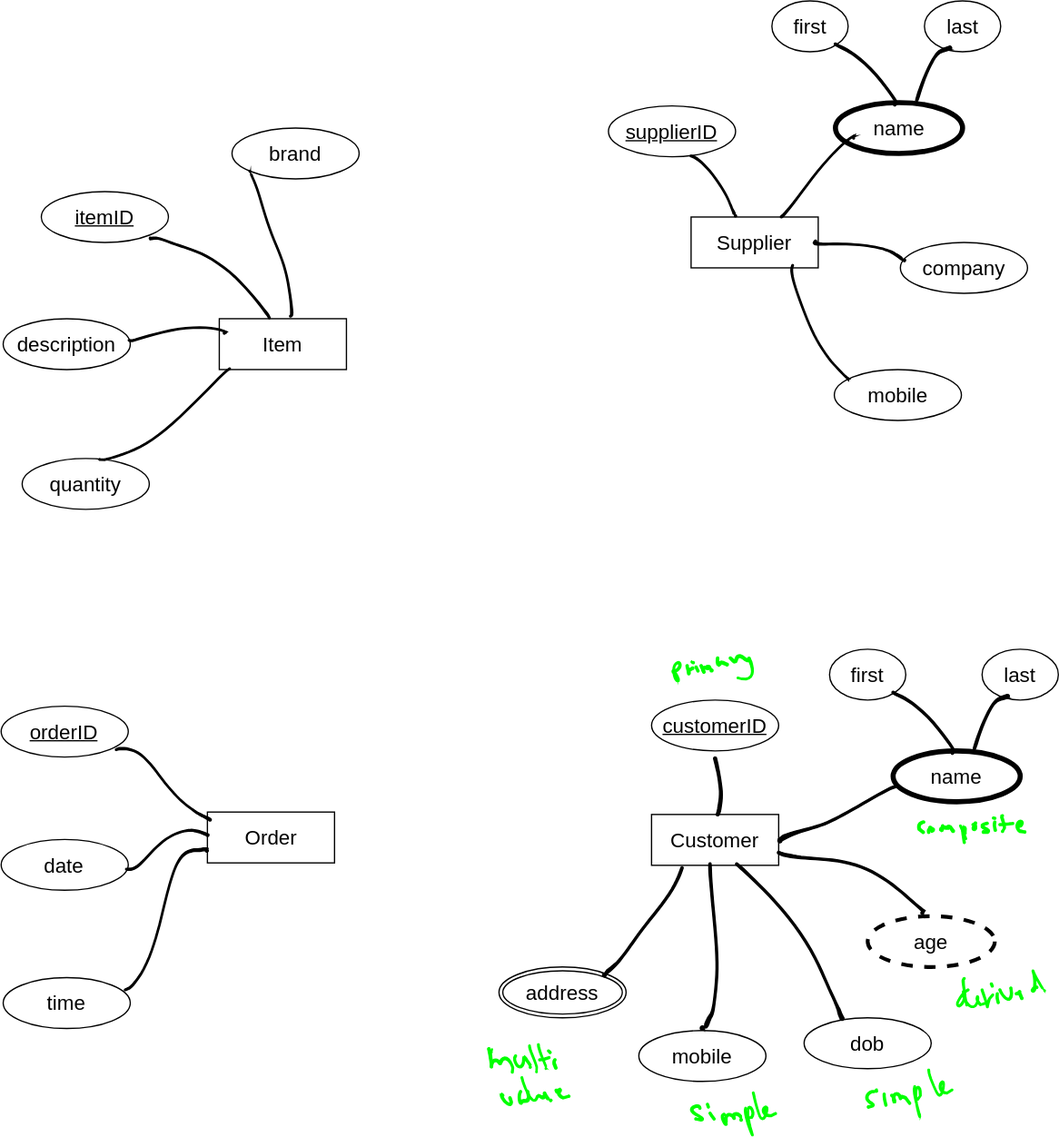
This is ERD Example.drawio.svg from usupun/Database_Managment_System-tutoril-, a draw.io export, as it was before one commit. Source tidied: cells renumbered, new cells last; positions are measured from the earlier drawing's top-left corner, leaving out a move shared by most shapes.
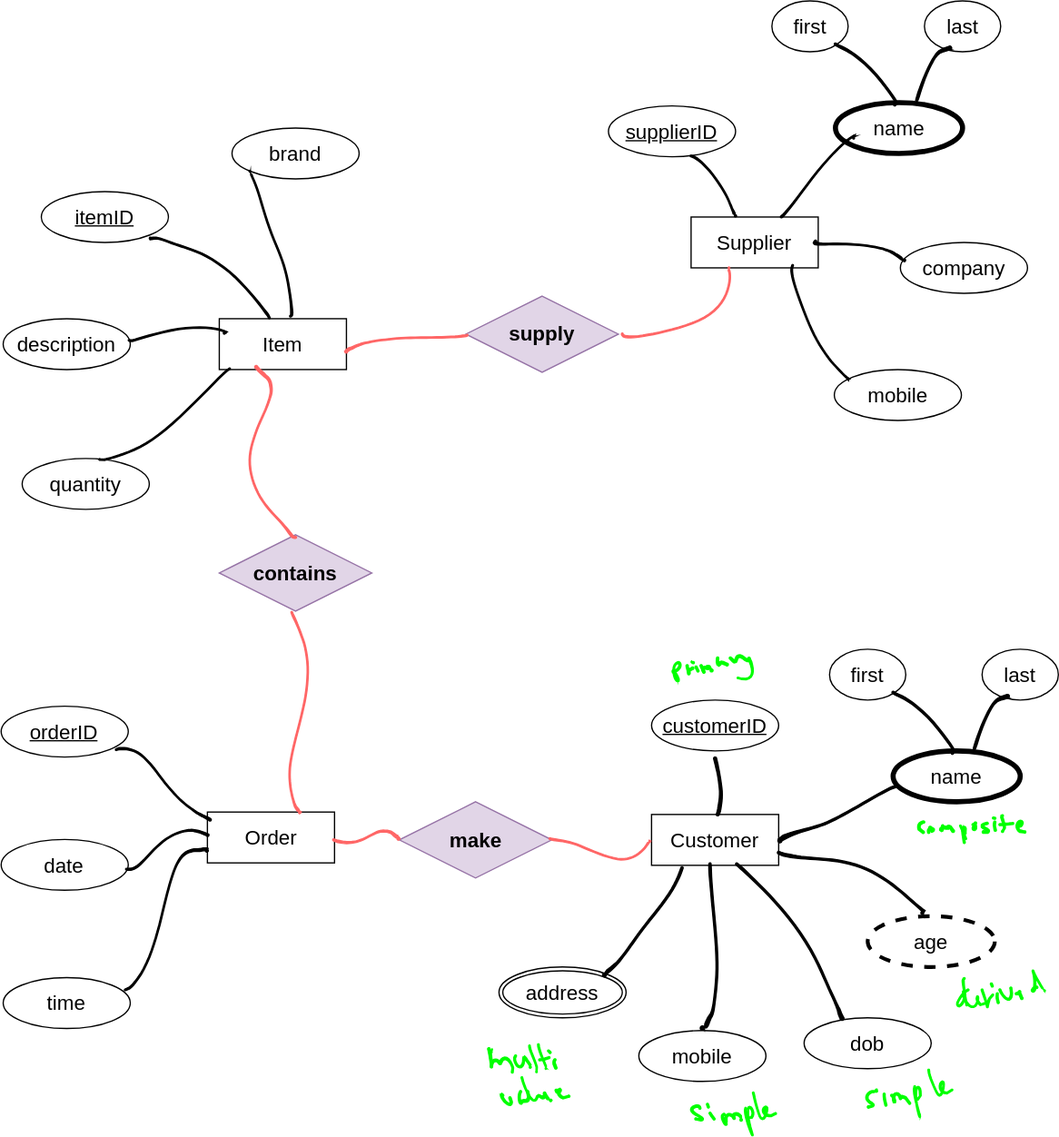
Later version of the same file.

The edit, as a diff of the source:
```diff
@@ -293,5 +293,32 @@
     <mxCell id="98" style="shape=(stored shape, 1420 characters);lineShape=1;strokeColor=#000000;fontSize=16;" parent="1" vertex="1">
       <mxGeometry x="90.3" y="587.3" width="75.4" height="57.9" as="geometry" />
     </mxCell>
+    <mxCell id="99" value="&lt;b&gt;make&lt;/b&gt;" style="shape=rhombus;perimeter=rhombusPerimeter;whiteSpace=wrap;html=1;align=center;fontSize=16;fillColor=#e1d5e7;strokeColor=#9673a6;" parent="1" vertex="1">
+      <mxGeometry x="313.6" y="630" width="120" height="60" as="geometry" />
+    </mxCell>
+    <mxCell id="100" value="&lt;b&gt;contains&lt;/b&gt;" style="shape=rhombus;perimeter=rhombusPerimeter;whiteSpace=wrap;html=1;align=center;fontSize=16;fillColor=#e1d5e7;strokeColor=#9673a6;" parent="1" vertex="1">
+      <mxGeometry x="172" y="420" width="120" height="60" as="geometry" />
+    </mxCell>
+    <mxCell id="101" value="&lt;b&gt;supply&lt;/b&gt;" style="shape=rhombus;perimeter=rhombusPerimeter;whiteSpace=wrap;html=1;align=center;fontSize=16;fillColor=#e1d5e7;strokeColor=#9673a6;" parent="1" vertex="1">
+      <mxGeometry x="365.9" y="232.2" width="120" height="60" as="geometry" />
+    </mxCell>
+    <mxCell id="102" style="shape=(stored shape, 1200 characters);lineShape=1;strokeColor=#FF6666;fontSize=16;" parent="1" vertex="1">
+      <mxGeometry x="488.3" y="209.4" width="85.8" height="55.7" as="geometry" />
+    </mxCell>
+    <mxCell id="103" style="shape=(stored shape, 1436 characters);lineShape=1;strokeColor=#FF6666;fontSize=16;" parent="1" vertex="1">
+      <mxGeometry x="270.7" y="262.4" width="96.9" height="14.6" as="geometry" />
+    </mxCell>
+    <mxCell id="104" style="shape=(stored shape, 1728 characters);lineShape=1;strokeColor=#FF6666;fontSize=16;" parent="1" vertex="1">
+      <mxGeometry x="226.8" y="480.4" width="15.3" height="158.9" as="geometry" />
+    </mxCell>
+    <mxCell id="105" style="shape=(stored shape, 1324 characters);lineShape=1;strokeColor=#FF6666;fontSize=16;" parent="1" vertex="1">
+      <mxGeometry x="261.2" y="652.3" width="52.8" height="10.6" as="geometry" />
+    </mxCell>
+    <mxCell id="106" style="shape=(stored shape, 1264 characters);lineShape=1;strokeColor=#FF6666;fontSize=16;" parent="1" vertex="1">
+      <mxGeometry x="431.4" y="658.4" width="80" height="17.4" as="geometry" />
+    </mxCell>
+    <mxCell id="107" style="shape=(stored shape, 1868 characters);lineShape=1;strokeColor=#FF6666;fontSize=16;" parent="1" vertex="1">
+      <mxGeometry x="195.4" y="286.9" width="37.3" height="135.9" as="geometry" />
+    </mxCell>
   </root>
 </mxGraphModel>
```
